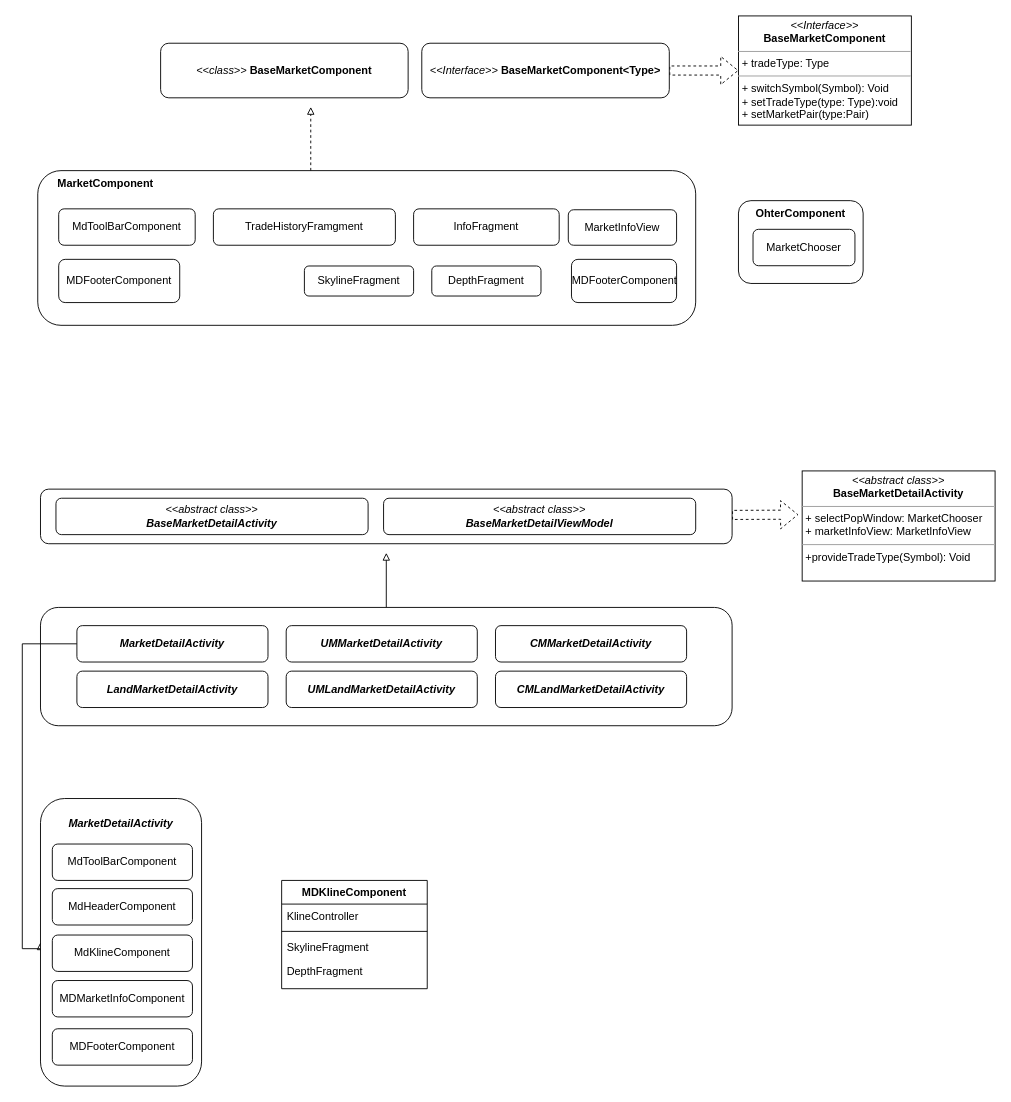
Earlier version of the draw.io diagram Untitled Diagram.drawio (zakiso/diagrams). Source tidied: cells renumbered, new cells numbered last; positions are measured from the earlier drawing's top-left corner, leaving out a move shared by most shapes. Both pictures are drawn from the tidied source at 91%, with x=0, y=0 at pixel (22, 15).
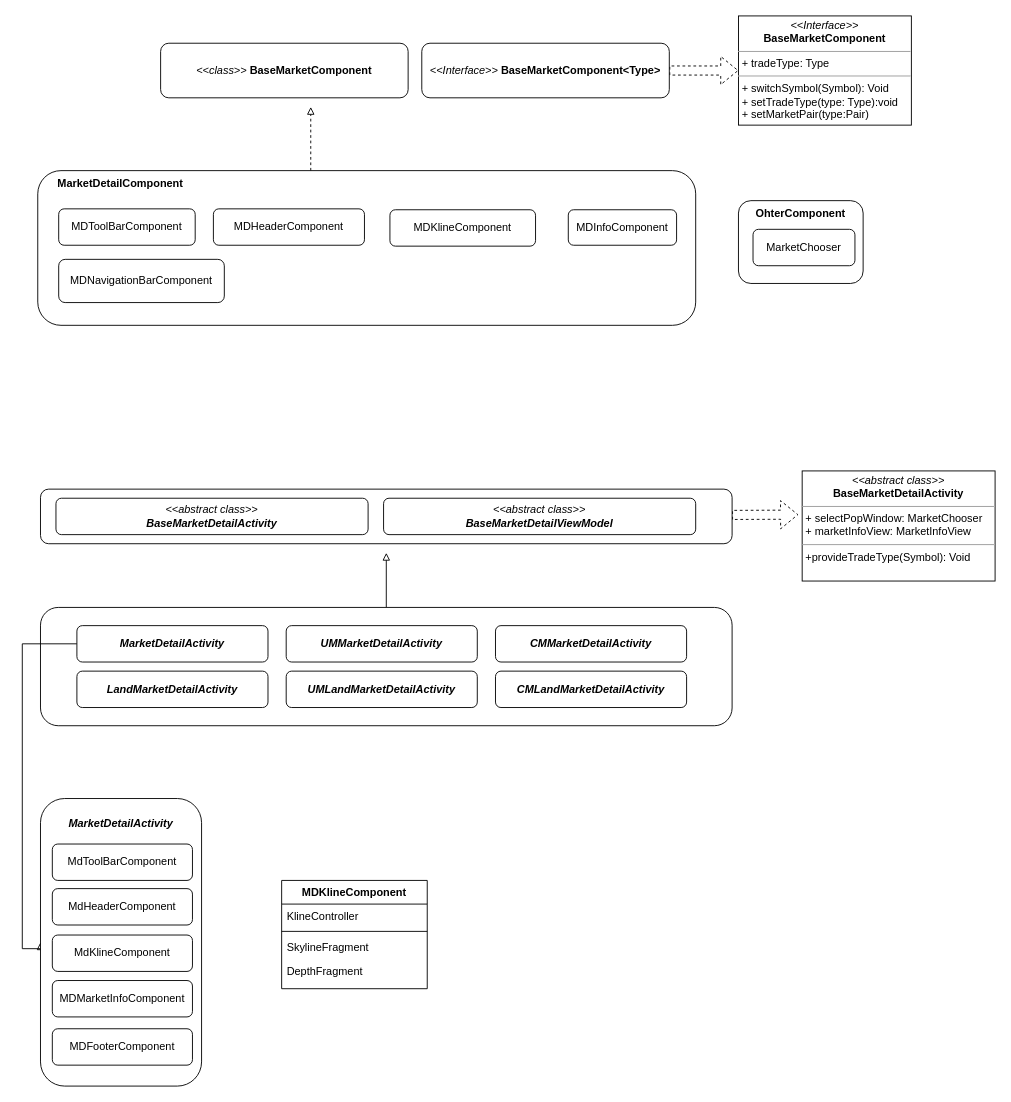
After the change.

Change to the diagram source:
```diff
@@
-    <mxCell id="3" value="&lt;b&gt;&amp;nbsp; &amp;nbsp; &amp;nbsp; MarketComponent&lt;/b&gt;" style="rounded=1;whiteSpace=wrap;html=1;align=left;verticalAlign=top;" parent="1" vertex="1">
+    <mxCell id="3" value="&lt;b&gt;&amp;nbsp; &amp;nbsp; &amp;nbsp; MarketDetailComponent&lt;/b&gt;" style="rounded=1;whiteSpace=wrap;html=1;align=left;verticalAlign=top;" parent="1" vertex="1">
       <mxGeometry x="17" y="170" width="723" height="170" as="geometry" />
     </mxCell>
@@
-    <mxCell id="8" value="TradeHistoryFramgment" style="whiteSpace=wrap;html=1;rounded=1;" parent="1" vertex="1">
-      <mxGeometry x="210" y="212" width="200" height="40" as="geometry" />
+    <mxCell id="8" value="MDHeaderComponent" style="whiteSpace=wrap;html=1;rounded=1;" parent="1" vertex="1">
+      <mxGeometry x="210" y="212" width="166" height="40" as="geometry" />
     </mxCell>
-    <mxCell id="9" value="MDFooterComponent" style="whiteSpace=wrap;html=1;rounded=1;" parent="1" vertex="1">
-      <mxGeometry x="40" y="267.5" width="133" height="47.5" as="geometry" />
+    <mxCell id="9" value="MDNavigationBarComponent" style="whiteSpace=wrap;html=1;rounded=1;" parent="1" vertex="1">
+      <mxGeometry x="40" y="267.5" width="182" height="47.5" as="geometry" />
     </mxCell>
-    <mxCell id="10" value="MdToolBarComponent" style="whiteSpace=wrap;html=1;rounded=1;" parent="1" vertex="1">
+    <mxCell id="10" value="MDToolBarComponent" style="whiteSpace=wrap;html=1;rounded=1;" parent="1" vertex="1">
       <mxGeometry x="40" y="212" width="150" height="40" as="geometry" />
     </mxCell>
-    <mxCell id="11" value="InfoFragment" style="whiteSpace=wrap;html=1;rounded=1;" parent="1" vertex="1">
-      <mxGeometry x="430" y="212" width="160" height="40" as="geometry" />
+    <mxCell id="11" value="MDKlineComponent" style="whiteSpace=wrap;html=1;rounded=1;" parent="1" vertex="1">
+      <mxGeometry x="404" y="213" width="160" height="40" as="geometry" />
     </mxCell>
-    <mxCell id="12" value="SkylineFragment" style="whiteSpace=wrap;html=1;rounded=1;" parent="1" vertex="1">
-      <mxGeometry x="310" y="274.8" width="120" height="33" as="geometry" />
-    </mxCell>
-    <mxCell id="13" value="DepthFragment" style="whiteSpace=wrap;html=1;rounded=1;" parent="1" vertex="1">
-      <mxGeometry x="450" y="274.8" width="120" height="33" as="geometry" />
-    </mxCell>
@@
-    <mxCell id="30" value="MarketInfoView" style="rounded=1;whiteSpace=wrap;html=1;" parent="1" vertex="1">
+    <mxCell id="30" value="MDInfoComponent" style="rounded=1;whiteSpace=wrap;html=1;" parent="1" vertex="1">
       <mxGeometry x="600" y="213" width="119" height="39" as="geometry" />
     </mxCell>
@@
-    <mxCell id="33" value="MDFooterComponent" style="rounded=1;whiteSpace=wrap;html=1;" parent="1" vertex="1">
-      <mxGeometry x="603.5" y="267.5" width="115.5" height="47.5" as="geometry" />
-    </mxCell>
```
